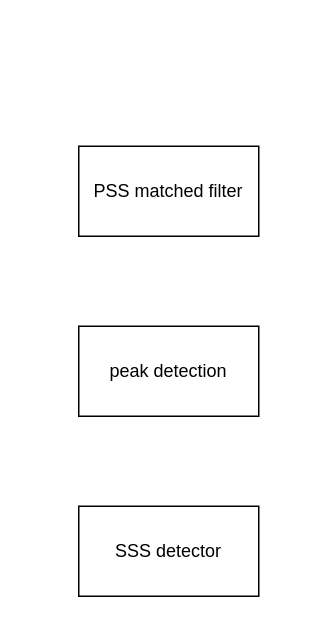
Before: page "UE PHY DL PSS detector" (4 of 5) of 2.drawio in wubobupt/drawio, a draw.io diagram. Source tidied: cells renumbered, new cells numbered last; positions are measured from the earlier drawing's top-left corner, leaving out a move shared by most shapes. Both pictures are drawn from the tidied source at 150%, with x=0, y=0 at pixel (78, 146).
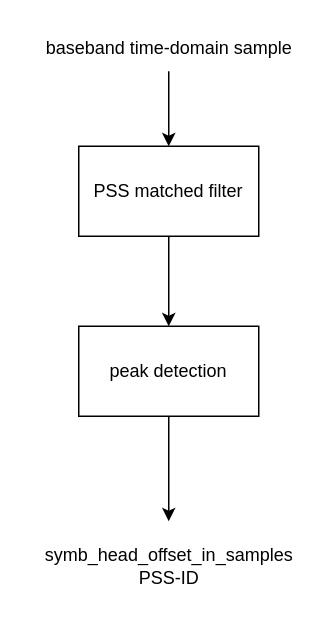
After the change.

The edit, as a diff of the source:
```diff
@@
 <mxGraphModel>
   <root>
     <mxCell id="0" />
     <mxCell id="1" parent="0" />
+    <mxCell id="5" style="edgeStyle=orthogonalEdgeStyle;rounded=0;jettySize=auto;html=1;exitX=0.5;exitY=1;exitDx=0;exitDy=0;entryX=0.5;entryY=0;entryDx=0;entryDy=0;" parent="1" edge="1" source="2" target="3">
+      <mxGeometry relative="1" as="geometry" />
+    </mxCell>
     <mxCell id="2" value="PSS matched filter" style="whiteSpace=wrap;html=1;" parent="1" vertex="1">
       <mxGeometry width="120" height="60" as="geometry" />
     </mxCell>
+    <mxCell id="6" style="edgeStyle=orthogonalEdgeStyle;rounded=0;jettySize=auto;html=1;exitX=0.5;exitY=1;exitDx=0;exitDy=0;" parent="1" edge="1" source="3">
+      <mxGeometry relative="1" as="geometry">
+        <mxPoint x="60" y="250" as="targetPoint" />
+      </mxGeometry>
+    </mxCell>
     <mxCell id="3" value="peak detection" style="whiteSpace=wrap;html=1;" parent="1" vertex="1">
       <mxGeometry y="120" width="120" height="60" as="geometry" />
     </mxCell>
-    <mxCell id="4" value="SSS detector" style="whiteSpace=wrap;html=1;" parent="1" vertex="1">
-      <mxGeometry y="240" width="120" height="60" as="geometry" />
-    </mxCell>
+    <mxCell id="7" style="endArrow=classic;html=1;rounded=0;entryX=0.5;entryY=0;entryDx=0;entryDy=0;" parent="1" edge="1" target="2">
+      <mxGeometry relative="1" as="geometry">
+        <mxPoint x="60" y="-50" as="sourcePoint" />
+      </mxGeometry>
+    </mxCell>
+    <mxCell id="8" value="baseband time-domain sample" style="text;html=1;align=center;verticalAlign=middle;strokeColor=none;fillColor=none;" parent="1" vertex="1">
+      <mxGeometry x="-35" y="-80" width="190" height="30" as="geometry" />
+    </mxCell>
+    <mxCell id="9" value="&lt;div&gt;symb_head_offset_in_samples&lt;/div&gt;&lt;div&gt;PSS-ID&lt;/div&gt;" style="text;html=1;align=center;verticalAlign=middle;strokeColor=none;fillColor=none;" parent="1" vertex="1">
+      <mxGeometry x="-35" y="260" width="190" height="40" as="geometry" />
+    </mxCell>
   </root>
 </mxGraphModel>
```
